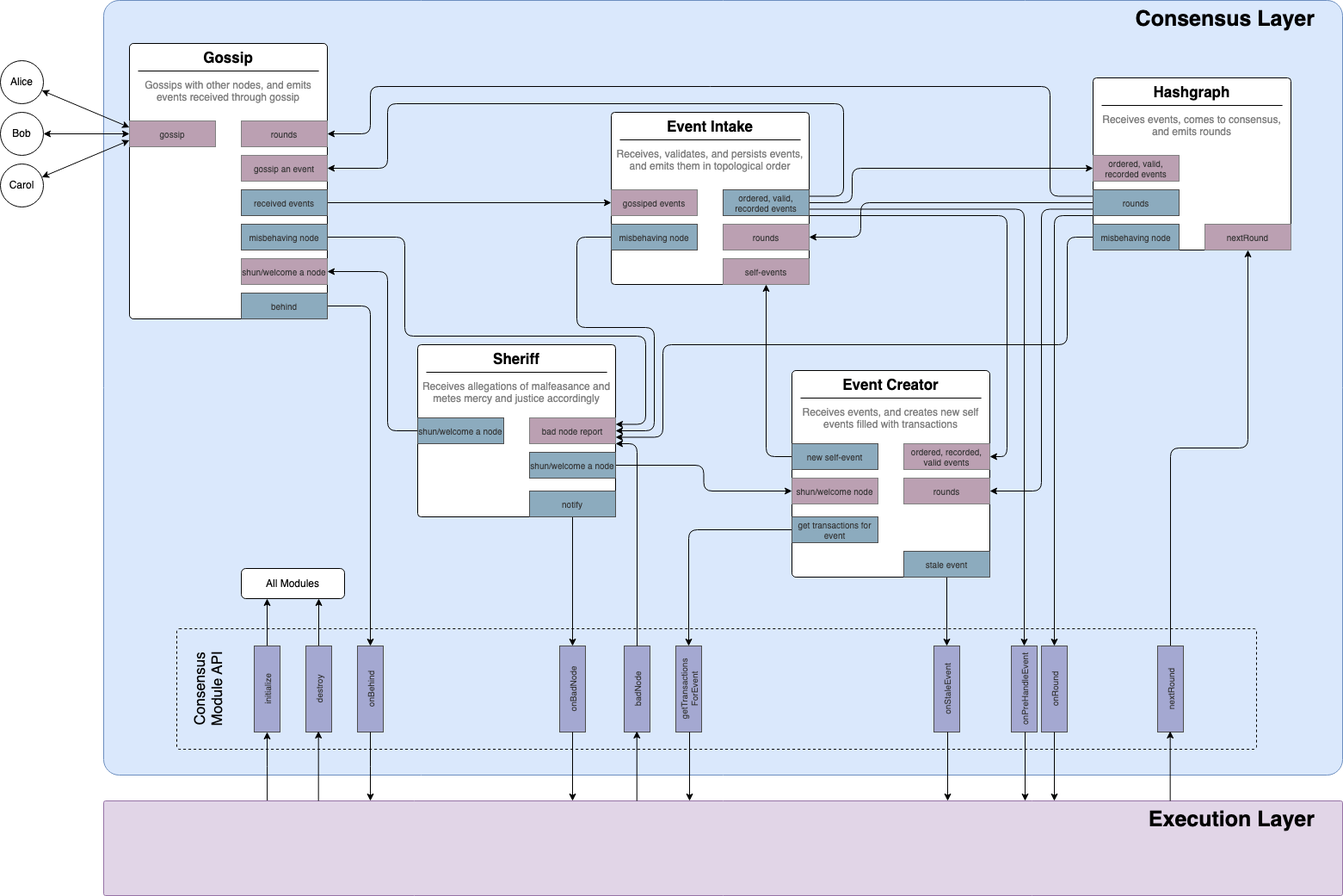
This is platform-sdk/docs/proposals/consensus-layer/consensus-module-arch.png from hiero-ledger/hiero-consensus-node, a draw.io export, as it was before one commit. Source tidied: cells renumbered, new cells last; positions are measured from the earlier drawing's top-left corner, leaving out a move shared by most shapes.
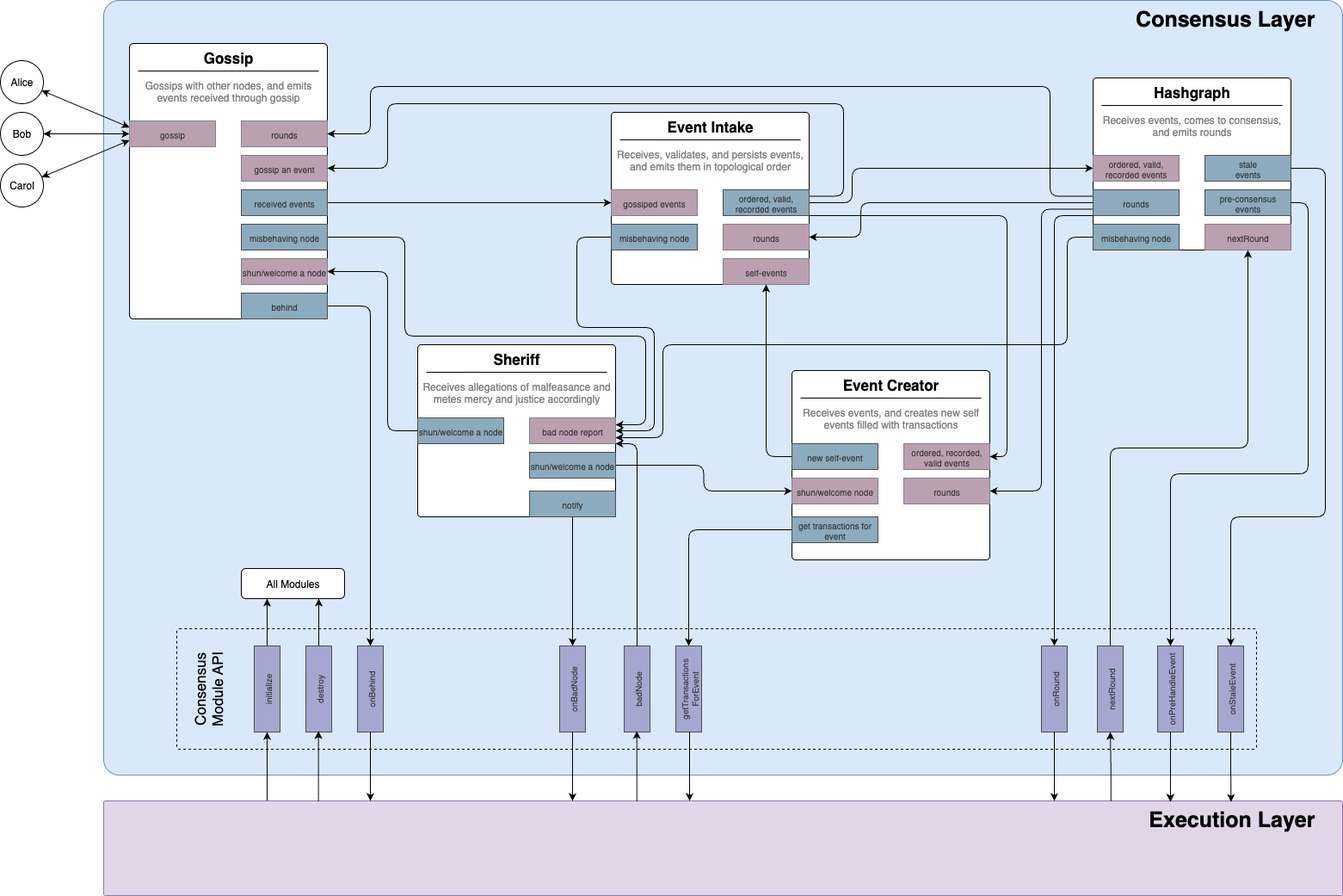
The same file after the commit.

What changed in the source:
```diff
@@ -129,13 +129,6 @@
         </Array>
       </mxGeometry>
     </mxCell>
-    <mxCell id="30" style="edgeStyle=orthogonalEdgeStyle;rounded=1;jettySize=auto;html=1;entryX=1;entryY=0.5;entryDx=0;entryDy=0;curved=0;exitX=1;exitY=0.75;exitDx=0;exitDy=0;" parent="1" edge="1" source="31" target="68">
-      <mxGeometry relative="1" as="geometry">
-        <Array as="points">
-          <mxPoint x="1190" y="242" />
-        </Array>
-      </mxGeometry>
-    </mxCell>
     <mxCell id="31" value="ordered, valid, recorded events" style="rounded=0;whiteSpace=wrap;html=1;fontSize=10;fontColor=#333333;strokeColor=#4D4D4D;fillColor=#8CABBE;" parent="1" vertex="1">
       <mxGeometry x="840" y="220" width="100" height="30" as="geometry" />
     </mxCell>
@@ -184,7 +177,7 @@
       </mxGeometry>
     </mxCell>
     <mxCell id="43" value="&lt;font style=&quot;font-size: 17px;&quot;&gt;&lt;b&gt;Event Creator&lt;/b&gt;&lt;br&gt;&lt;/font&gt;&lt;font color=&quot;#808080&quot;&gt;&lt;br&gt;Receives events, and creates new self events filled with transactions&lt;br&gt;&lt;/font&gt;" style="rounded=1;whiteSpace=wrap;html=1;arcSize=2;verticalAlign=top;" parent="1" vertex="1">
-      <mxGeometry x="920" y="430" width="230" height="240" as="geometry" />
+      <mxGeometry x="920" y="430" width="230" height="220" as="geometry" />
     </mxCell>
     <mxCell id="44" style="endArrow=none;html=1;rounded=0;entryX=0.957;entryY=0.231;entryDx=0;entryDy=0;entryPerimeter=0;" parent="1" edge="1">
       <mxGeometry relative="1" as="geometry">
@@ -263,12 +256,6 @@
     <mxCell id="58" value="rounds" style="rounded=0;whiteSpace=wrap;html=1;fontSize=10;fontColor=#333333;strokeColor=#808080;shadow=0;glass=0;align=center;verticalAlign=middle;fontFamily=Helvetica;fillColor=#BBA0B2;" parent="1" vertex="1">
       <mxGeometry x="1050" y="555" width="100" height="30" as="geometry" />
     </mxCell>
-    <mxCell id="59" style="edgeStyle=orthogonalEdgeStyle;rounded=1;jettySize=auto;html=1;curved=0;" parent="1" edge="1" source="60" target="67">
-      <mxGeometry relative="1" as="geometry" />
-    </mxCell>
-    <mxCell id="60" value="stale event" style="rounded=0;whiteSpace=wrap;html=1;fontSize=10;fontColor=#333333;strokeColor=#4D4D4D;fillColor=#8CABBE;" parent="1" vertex="1">
-      <mxGeometry x="1050" y="640" width="100" height="30" as="geometry" />
-    </mxCell>
     <mxCell id="61" value="onBadNode" style="rounded=0;whiteSpace=wrap;html=1;fontSize=10;fontColor=#333333;strokeColor=#4D4D4D;fillColor=#A4A8D1;rotation=-90;" parent="1" vertex="1">
       <mxGeometry x="615" y="785" width="100" height="30" as="geometry" />
     </mxCell>
@@ -285,13 +272,13 @@
       <mxGeometry relative="1" as="geometry" />
     </mxCell>
     <mxCell id="66" value="nextRound" style="rounded=0;whiteSpace=wrap;html=1;fontSize=10;fontColor=#333333;strokeColor=#4D4D4D;fillColor=#A4A8D1;rotation=-90;" parent="1" vertex="1">
-      <mxGeometry x="1310" y="785" width="100" height="30" as="geometry" />
+      <mxGeometry x="1240" y="785" width="100" height="30" as="geometry" />
     </mxCell>
     <mxCell id="67" value="onStaleEvent" style="rounded=0;whiteSpace=wrap;html=1;fontSize=10;fontColor=#333333;strokeColor=#4D4D4D;fillColor=#A4A8D1;rotation=-90;" parent="1" vertex="1">
-      <mxGeometry x="1050" y="785" width="100" height="30" as="geometry" />
+      <mxGeometry x="1380" y="785" width="100" height="30" as="geometry" />
     </mxCell>
     <mxCell id="68" value="onPreHandleEvent" style="rounded=0;whiteSpace=wrap;html=1;fontSize=10;fontColor=#333333;strokeColor=#4D4D4D;fillColor=#A4A8D1;rotation=-90;" parent="1" vertex="1">
-      <mxGeometry x="1140" y="785" width="100" height="30" as="geometry" />
+      <mxGeometry x="1310" y="785" width="100" height="30" as="geometry" />
     </mxCell>
     <mxCell id="69" value="onRound" style="rounded=0;whiteSpace=wrap;html=1;fontSize=10;fontColor=#333333;strokeColor=#4D4D4D;fillColor=#A4A8D1;rotation=-90;" parent="1" vertex="1">
       <mxGeometry x="1175" y="785" width="100" height="30" as="geometry" />
@@ -320,11 +307,8 @@
         <mxPoint x="369.7" y="849" as="targetPoint" />
       </mxGeometry>
     </mxCell>
-    <mxCell id="77" style="edgeStyle=orthogonalEdgeStyle;rounded=0;orthogonalLoop=1;jettySize=auto;html=1;exitX=0.132;exitY=0.012;exitDx=0;exitDy=0;entryX=0;entryY=0.5;entryDx=0;entryDy=0;exitPerimeter=0;" parent="1" edge="1">
-      <mxGeometry relative="1" as="geometry">
-        <mxPoint x="1359.7" y="930" as="sourcePoint" />
-        <mxPoint x="1359.7" y="849" as="targetPoint" />
-      </mxGeometry>
+    <mxCell id="77" style="edgeStyle=orthogonalEdgeStyle;rounded=0;jettySize=auto;html=1;exitX=0.813;exitY=0.003;exitDx=0;exitDy=0;entryX=0;entryY=0.5;entryDx=0;entryDy=0;exitPerimeter=0;" parent="1" edge="1" source="75" target="66">
+      <mxGeometry relative="1" as="geometry" />
     </mxCell>
     <mxCell id="78" style="edgeStyle=orthogonalEdgeStyle;rounded=0;jettySize=auto;html=1;" parent="1" edge="1" source="72">
       <mxGeometry relative="1" as="geometry">
@@ -343,17 +327,11 @@
         <mxPoint x="801" y="930" as="targetPoint" />
       </mxGeometry>
     </mxCell>
-    <mxCell id="81" style="edgeStyle=orthogonalEdgeStyle;rounded=0;orthogonalLoop=1;jettySize=auto;html=1;" parent="1" edge="1">
-      <mxGeometry relative="1" as="geometry">
-        <mxPoint x="1101" y="850" as="sourcePoint" />
-        <mxPoint x="1101" y="930" as="targetPoint" />
-      </mxGeometry>
+    <mxCell id="81" style="edgeStyle=orthogonalEdgeStyle;rounded=0;jettySize=auto;html=1;exitX=0;exitY=0.5;exitDx=0;exitDy=0;entryX=0.91;entryY=0.009;entryDx=0;entryDy=0;entryPerimeter=0;" parent="1" edge="1" source="67" target="75">
+      <mxGeometry relative="1" as="geometry" />
     </mxCell>
-    <mxCell id="82" style="edgeStyle=orthogonalEdgeStyle;rounded=0;orthogonalLoop=1;jettySize=auto;html=1;" parent="1" edge="1">
-      <mxGeometry relative="1" as="geometry">
-        <mxPoint x="1191" y="850" as="sourcePoint" />
-        <mxPoint x="1191" y="930" as="targetPoint" />
-      </mxGeometry>
+    <mxCell id="82" style="edgeStyle=orthogonalEdgeStyle;rounded=0;jettySize=auto;html=1;exitX=0;exitY=0.5;exitDx=0;exitDy=0;entryX=0.861;entryY=0.009;entryDx=0;entryDy=0;entryPerimeter=0;" parent="1" edge="1" source="68" target="75">
+      <mxGeometry relative="1" as="geometry" />
     </mxCell>
     <mxCell id="83" style="edgeStyle=orthogonalEdgeStyle;rounded=0;orthogonalLoop=1;jettySize=auto;html=1;" parent="1" edge="1">
       <mxGeometry relative="1" as="geometry">
@@ -389,5 +367,29 @@
     <mxCell id="90" value="nextRound" style="rounded=0;whiteSpace=wrap;html=1;fontSize=10;fontColor=#333333;strokeColor=#808080;shadow=0;glass=0;align=center;verticalAlign=middle;fontFamily=Helvetica;fillColor=#BBA0B2;" parent="1" vertex="1">
       <mxGeometry x="1400" y="260" width="100" height="30" as="geometry" />
     </mxCell>
+    <mxCell id="91" value="pre-consensus&lt;br&gt;events" style="rounded=0;whiteSpace=wrap;html=1;fontSize=10;fontColor=#333333;strokeColor=#4D4D4D;fillColor=#8CABBE;" parent="1" vertex="1">
+      <mxGeometry x="1400" y="220" width="100" height="30" as="geometry" />
+    </mxCell>
+    <mxCell id="92" style="edgeStyle=orthogonalEdgeStyle;rounded=1;jettySize=auto;html=1;entryX=1;entryY=0.5;entryDx=0;entryDy=0;curved=0;exitX=1;exitY=0.5;exitDx=0;exitDy=0;strokeColor=default;strokeWidth=1;align=center;verticalAlign=middle;fontFamily=Helvetica;fontSize=11;fontColor=default;labelBackgroundColor=default;endArrow=classic;" parent="1" edge="1" source="91" target="68">
+      <mxGeometry relative="1" as="geometry">
+        <Array as="points">
+          <mxPoint x="1520" y="235" />
+          <mxPoint x="1520" y="550" />
+          <mxPoint x="1360" y="550" />
+        </Array>
+      </mxGeometry>
+    </mxCell>
+    <mxCell id="93" value="stale&lt;br&gt;events" style="rounded=0;whiteSpace=wrap;html=1;fontSize=10;fontColor=#333333;strokeColor=#4D4D4D;fillColor=#8CABBE;" parent="1" vertex="1">
+      <mxGeometry x="1400" y="180" width="100" height="30" as="geometry" />
+    </mxCell>
+    <mxCell id="94" style="edgeStyle=orthogonalEdgeStyle;rounded=1;jettySize=auto;html=1;entryX=1;entryY=0.5;entryDx=0;entryDy=0;curved=0;exitX=1;exitY=0.5;exitDx=0;exitDy=0;strokeColor=default;strokeWidth=1;align=center;verticalAlign=middle;fontFamily=Helvetica;fontSize=11;fontColor=default;labelBackgroundColor=default;endArrow=classic;" parent="1" edge="1" source="93" target="67">
+      <mxGeometry relative="1" as="geometry">
+        <Array as="points">
+          <mxPoint x="1540" y="195" />
+          <mxPoint x="1540" y="600" />
+          <mxPoint x="1430" y="600" />
+        </Array>
+      </mxGeometry>
+    </mxCell>
   </root>
 </mxGraphModel>
```
